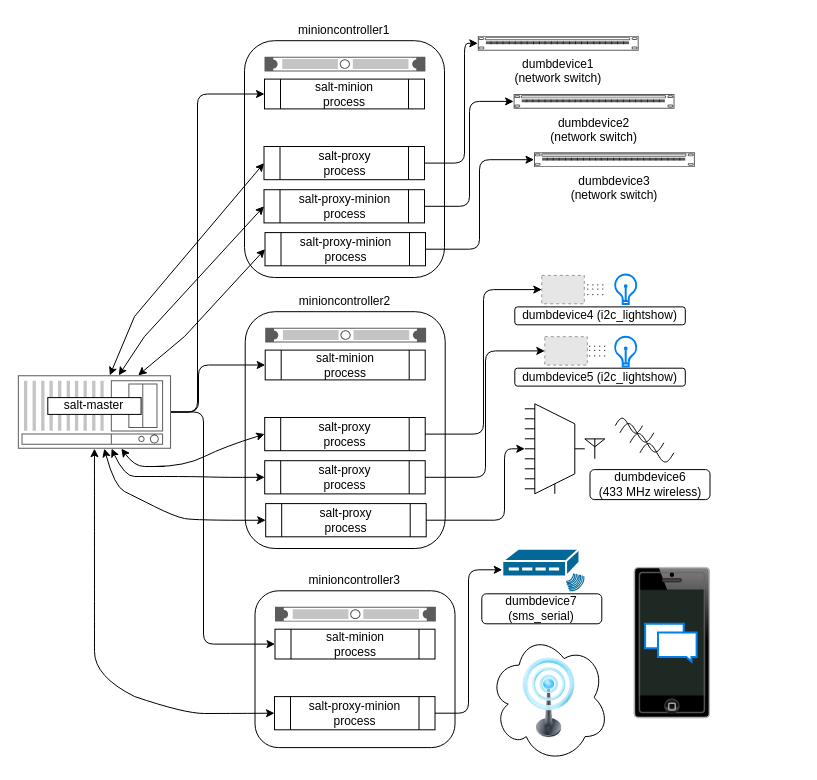
This is doc/_static/proxy_minions.drawio.xml from saltstack/salt, a draw.io file, before an edit. Source tidied: cells renumbered, new cells numbered last; positions are measured from the earlier drawing's top-left corner, leaving out a move shared by most shapes. Both pictures are drawn from the tidied source at 100%, with x=0, y=0 at pixel (47, 17). Pictures stored in the file or linked from it are replaced by grey dashed boxes.
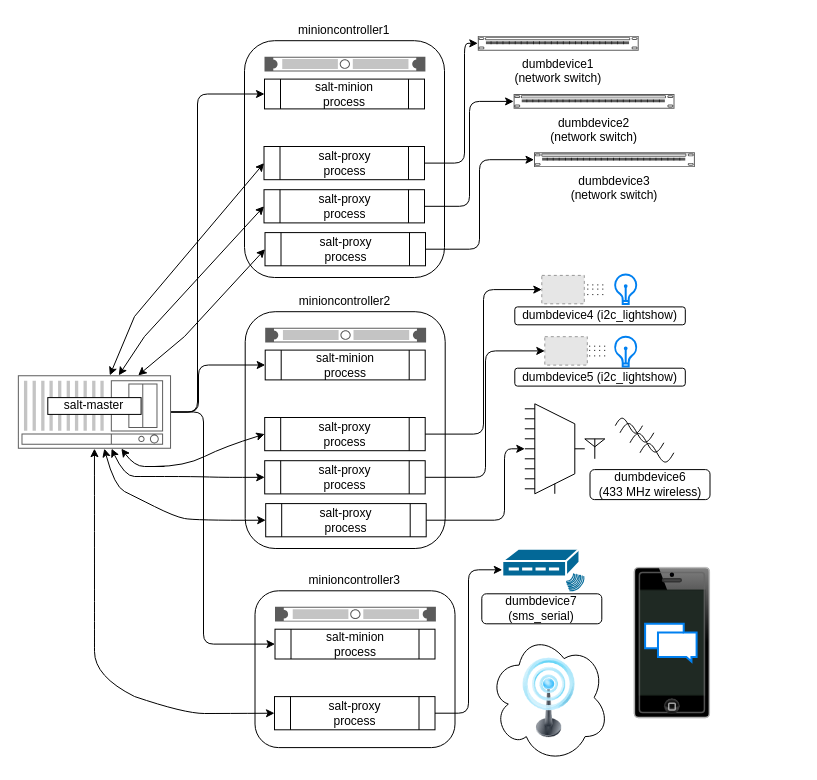
The same diagram, later.

Unchanged cells that the change refers to:
```xml
<mxCell id="24" style="group;" parent="1" vertex="1">
  <mxGeometry x="197" width="200" height="260" as="geometry" />
</mxCell>
<mxCell id="62" style="group;" parent="1" vertex="1">
  <mxGeometry x="207.5" y="550.1" width="200" height="180" as="geometry" />
</mxCell>
```

The edit, as a diff of the source:
```diff
@@
-    <mxCell id="31" value="salt-proxy-minion&#10;process" style="shape=process;whiteSpace=wrap;" parent="24" vertex="1">
+    <mxCell id="31" value="salt-proxy&#10;process" style="shape=process;whiteSpace=wrap;" parent="24" vertex="1">
       <mxGeometry x="20.5" y="215.1" width="160.5" height="33.2" as="geometry" />
     </mxCell>
-    <mxCell id="32" value="salt-proxy-minion&#10;process" style="shape=process;whiteSpace=wrap;" parent="24" vertex="1">
+    <mxCell id="32" value="salt-proxy&#10;process" style="shape=process;whiteSpace=wrap;" parent="24" vertex="1">
       <mxGeometry x="19.5" y="172.2" width="160.5" height="33.2" as="geometry" />
     </mxCell>
@@
-    <mxCell id="67" value="salt-proxy-minion&#10;process" style="shape=process;whiteSpace=wrap;" parent="62" vertex="1">
+    <mxCell id="67" value="salt-proxy&#10;process" style="shape=process;whiteSpace=wrap;" parent="62" vertex="1">
       <mxGeometry x="19.5" y="129" width="160.5" height="33.2" as="geometry" />
     </mxCell>
```
